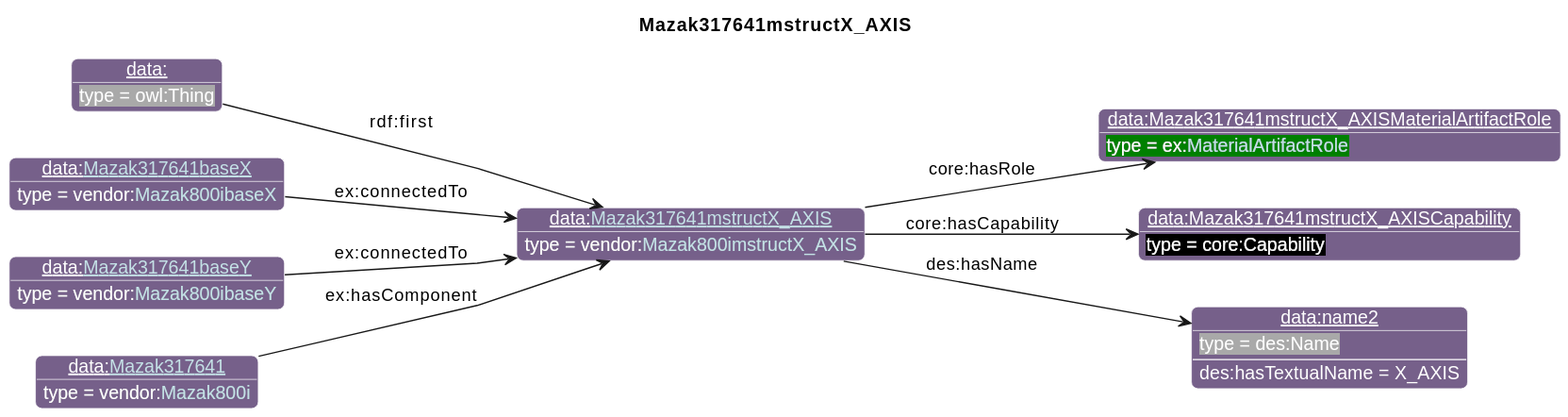
Before: diagrams/Mazak317641mstructX_AXIS.svg, a diagram exported from PlantUML (iofoundry/example-syseng-mtconnect).
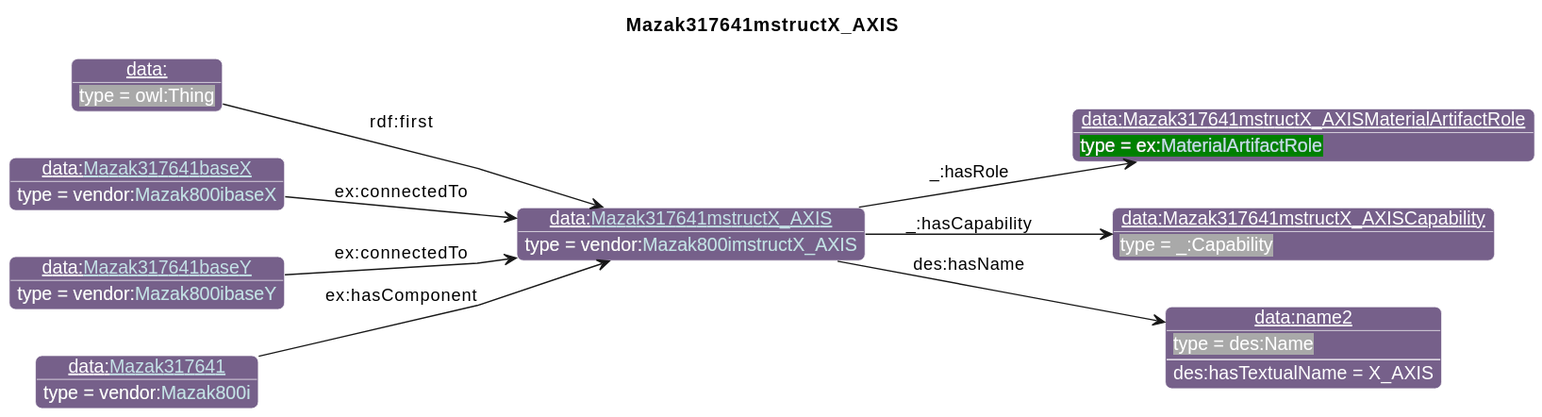
The same diagram one commit later.

Change to the diagram source:
```diff
@@ -27,14 +27,14 @@
       }
 individual(o0, data:[[./Mazak317641mstructX_AXIS.html Mazak317641mstructX_AXIS]], vendor:[[../Mazak.html#Mazak800imstructX_AXIS Mazak800imstructX_AXIS]])
 individual(o1, data:Mazak317641mstructX_AXISMaterialArtifactRole, ex:[[../Example.html#MaterialArtifactRole MaterialArtifactRole]])
-individual(o2, data:Mazak317641mstructX_AXISCapability, core:Capability)
+individual(o2, data:Mazak317641mstructX_AXISCapability, _:Capability)
 individual(o3, data:name2, des:Name)
 individual(o4, data:, owl:Thing)
 individual(o5, data:[[./Mazak317641baseX.html Mazak317641baseX]], vendor:[[../Mazak.html#Mazak800ibaseX Mazak800ibaseX]])
 individual(o6, data:[[./Mazak317641baseY.html Mazak317641baseY]], vendor:[[../Mazak.html#Mazak800ibaseY Mazak800ibaseY]])
 individual(o7, data:[[./Mazak317641.html Mazak317641]], vendor:[[../Mazak.html#Mazak800i Mazak800i]])
-property(o0, "core:hasRole", o1)
-property(o0, "core:hasCapability", o2)
+property(o0, "_:hasRole", o1)
+property(o0, "_:hasCapability", o2)
 property(o0, "des:hasName", o3)
 data(o3, "des:hasTextualName", "X_AXIS")
 property(o4, "rdf:first", o0)
```
